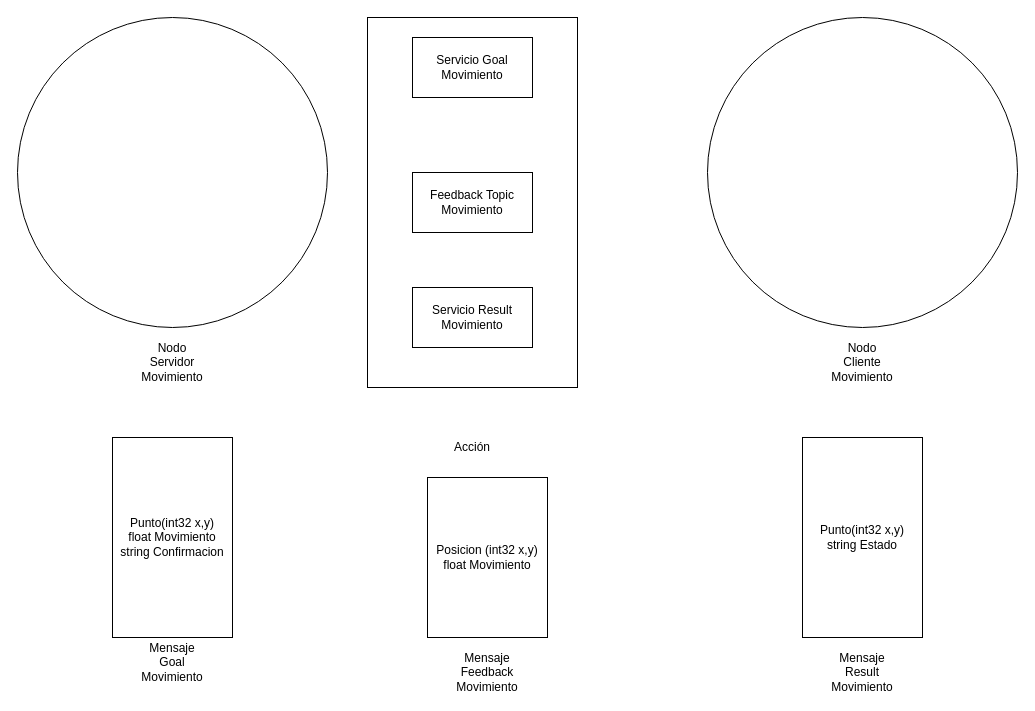
Above: src/gymbrot/gymbrot/Sprint_1_movement.drawio in Heur-a/gymbrot (draw.io), before the change. Source tidied: cells renumbered, new cells numbered last; positions are measured from the earlier drawing's top-left corner, leaving out a move shared by most shapes. Both pictures are drawn from the tidied source at 100%, with x=0, y=0 at pixel (17, 17).
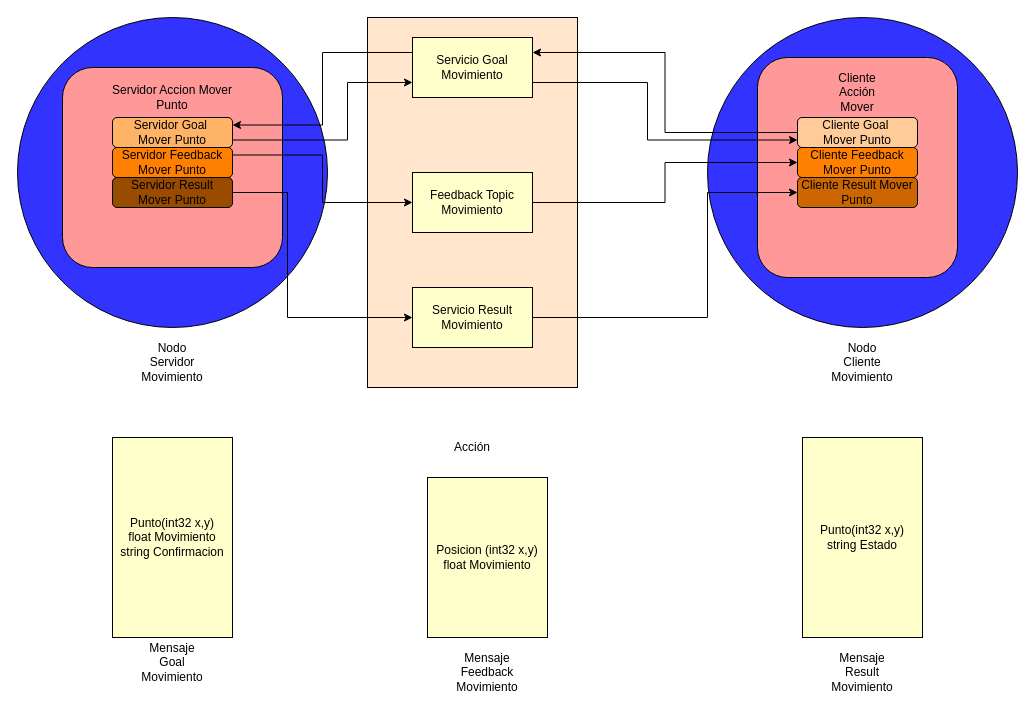
The same page after the edit.

Change to the diagram source:
```diff
@@
-    <mxCell id="2" style="ellipse;whiteSpace=wrap;html=1;" parent="1" vertex="1">
+    <mxCell id="2" style="ellipse;whiteSpace=wrap;html=1;fillColor=#3333FF;" parent="1" vertex="1">
       <mxGeometry width="310" height="310" as="geometry" />
     </mxCell>
-    <mxCell id="3" style="ellipse;whiteSpace=wrap;html=1;" parent="1" vertex="1">
+    <mxCell id="3" style="ellipse;whiteSpace=wrap;html=1;fillColor=#3333FF;" parent="1" vertex="1">
       <mxGeometry x="690" width="310" height="310" as="geometry" />
     </mxCell>
@@
-    <mxCell id="6" style="rounded=0;whiteSpace=wrap;html=1;" parent="1" vertex="1">
+    <mxCell id="6" style="rounded=0;whiteSpace=wrap;html=1;fillColor=#FFE6CC;" parent="1" vertex="1">
       <mxGeometry x="350" width="210" height="370" as="geometry" />
     </mxCell>
@@
-    <mxCell id="8" value="Servicio Goal Movimiento" style="rounded=0;whiteSpace=wrap;html=1;" parent="1" vertex="1">
+    <mxCell id="8" value="Servicio Goal Movimiento" style="rounded=0;whiteSpace=wrap;html=1;fillColor=#FFFFCC;" parent="1" vertex="1">
       <mxGeometry x="395" y="20" width="120" height="60" as="geometry" />
     </mxCell>
-    <mxCell id="9" value="Feedback Topic Movimiento" style="rounded=0;whiteSpace=wrap;html=1;" parent="1" vertex="1">
+    <mxCell id="9" value="Feedback Topic Movimiento" style="rounded=0;whiteSpace=wrap;html=1;fillColor=#FFFFCC;" parent="1" vertex="1">
       <mxGeometry x="395" y="155" width="120" height="60" as="geometry" />
     </mxCell>
-    <mxCell id="10" value="Servicio Result Movimiento" style="rounded=0;whiteSpace=wrap;html=1;" parent="1" vertex="1">
+    <mxCell id="10" value="Servicio Result Movimiento" style="rounded=0;whiteSpace=wrap;html=1;fillColor=#FFFFCC;" parent="1" vertex="1">
       <mxGeometry x="395" y="270" width="120" height="60" as="geometry" />
     </mxCell>
-    <mxCell id="11" value="&lt;div&gt;Punto(int32 x,y)&lt;/div&gt;&lt;div&gt;float Movimiento&lt;/div&gt;&lt;div&gt;string Confirmacion&lt;/div&gt;" style="rounded=0;whiteSpace=wrap;html=1;" parent="1" vertex="1">
+    <mxCell id="11" value="&lt;div&gt;Punto(int32 x,y)&lt;/div&gt;&lt;div&gt;float Movimiento&lt;/div&gt;&lt;div&gt;string Confirmacion&lt;/div&gt;" style="rounded=0;whiteSpace=wrap;html=1;fillColor=#FFFFCC;" parent="1" vertex="1">
       <mxGeometry x="95" y="420" width="120" height="200" as="geometry" />
     </mxCell>
-    <mxCell id="12" value="&lt;div&gt;Punto(int32 x,y)&lt;/div&gt;&lt;div&gt;string Estado&lt;/div&gt;" style="rounded=0;whiteSpace=wrap;html=1;" parent="1" vertex="1">
+    <mxCell id="12" value="&lt;div&gt;Punto(int32 x,y)&lt;/div&gt;&lt;div&gt;string Estado&lt;/div&gt;" style="rounded=0;whiteSpace=wrap;html=1;fillColor=#FFFFCC;" parent="1" vertex="1">
       <mxGeometry x="785" y="420" width="120" height="200" as="geometry" />
     </mxCell>
-    <mxCell id="13" value="&lt;div&gt;Posicion (int32 x,y)&lt;/div&gt;&lt;div&gt;float Movimiento&lt;/div&gt;" style="rounded=0;whiteSpace=wrap;html=1;" parent="1" vertex="1">
+    <mxCell id="13" value="&lt;div&gt;Posicion (int32 x,y)&lt;/div&gt;&lt;div&gt;float Movimiento&lt;/div&gt;" style="rounded=0;whiteSpace=wrap;html=1;fillColor=#FFFFCC;" parent="1" vertex="1">
       <mxGeometry x="410" y="460" width="120" height="160" as="geometry" />
     </mxCell>
@@
+    <mxCell id="17" style="rounded=1;whiteSpace=wrap;html=1;fillColor=#FF9999;" parent="1" vertex="1">
+      <mxGeometry x="45" y="50" width="220" height="200" as="geometry" />
+    </mxCell>
+    <mxCell id="18" value="Servidor Accion Mover Punto" style="text;html=1;align=center;verticalAlign=middle;whiteSpace=wrap;rounded=0;" parent="1" vertex="1">
+      <mxGeometry x="90" y="60" width="130" height="40" as="geometry" />
+    </mxCell>
+    <mxCell id="19" style="rounded=1;whiteSpace=wrap;html=1;fillColor=#FF9999;" parent="1" vertex="1">
+      <mxGeometry x="740" y="40" width="200" height="220" as="geometry" />
+    </mxCell>
+    <mxCell id="20" value="&lt;div&gt;Cliente Acción Mover&lt;/div&gt;" style="text;html=1;align=center;verticalAlign=middle;whiteSpace=wrap;rounded=0;" parent="1" vertex="1">
+      <mxGeometry x="810" y="60" width="60" height="30" as="geometry" />
+    </mxCell>
+    <mxCell id="21" style="edgeStyle=orthogonalEdgeStyle;rounded=0;jettySize=auto;html=1;exitX=1;exitY=0.75;exitDx=0;exitDy=0;entryX=0;entryY=0.75;entryDx=0;entryDy=0;" parent="1" edge="1" source="22" target="8">
+      <mxGeometry relative="1" as="geometry">
+        <Array as="points">
+          <mxPoint x="330" y="123" />
+          <mxPoint x="330" y="65" />
+        </Array>
+      </mxGeometry>
+    </mxCell>
+    <mxCell id="22" value="&lt;div&gt;Servidor Goal&amp;nbsp;&lt;/div&gt;&lt;div&gt;Mover Punto&lt;/div&gt;" style="rounded=1;whiteSpace=wrap;html=1;fillColor=#FFB366;" parent="1" vertex="1">
+      <mxGeometry x="95" y="100" width="120" height="30" as="geometry" />
+    </mxCell>
+    <mxCell id="23" style="edgeStyle=orthogonalEdgeStyle;rounded=0;jettySize=auto;html=1;exitX=1;exitY=0.25;exitDx=0;exitDy=0;" parent="1" edge="1" source="24" target="9">
+      <mxGeometry relative="1" as="geometry" />
+    </mxCell>
+    <mxCell id="24" value="Servidor Feedback Mover Punto" style="rounded=1;whiteSpace=wrap;html=1;fillColor=#FF8000;" parent="1" vertex="1">
+      <mxGeometry x="95" y="130" width="120" height="30" as="geometry" />
+    </mxCell>
+    <mxCell id="25" style="edgeStyle=orthogonalEdgeStyle;rounded=0;jettySize=auto;html=1;exitX=1;exitY=0.5;exitDx=0;exitDy=0;entryX=0;entryY=0.5;entryDx=0;entryDy=0;" parent="1" edge="1" source="26" target="10">
+      <mxGeometry relative="1" as="geometry">
+        <Array as="points">
+          <mxPoint x="270" y="175" />
+          <mxPoint x="270" y="300" />
+        </Array>
+      </mxGeometry>
+    </mxCell>
+    <mxCell id="26" value="Servidor Result Mover Punto" style="rounded=1;whiteSpace=wrap;html=1;fillColor=#994C00;" parent="1" vertex="1">
+      <mxGeometry x="95" y="160" width="120" height="30" as="geometry" />
+    </mxCell>
+    <mxCell id="27" style="edgeStyle=orthogonalEdgeStyle;rounded=0;jettySize=auto;html=1;entryX=1;entryY=0.25;entryDx=0;entryDy=0;" parent="1" edge="1" source="28" target="8">
+      <mxGeometry relative="1" as="geometry" />
+    </mxCell>
+    <mxCell id="28" value="&lt;div&gt;Cliente Goal&amp;nbsp;&lt;/div&gt;&lt;div&gt;Mover Punto&lt;/div&gt;" style="rounded=1;whiteSpace=wrap;html=1;fillColor=#FFCC99;" parent="1" vertex="1">
+      <mxGeometry x="780" y="100" width="120" height="30" as="geometry" />
+    </mxCell>
+    <mxCell id="29" value="Cliente Feedback Mover Punto" style="rounded=1;whiteSpace=wrap;html=1;fillColor=#FF8000;" parent="1" vertex="1">
+      <mxGeometry x="780" y="130" width="120" height="30" as="geometry" />
+    </mxCell>
+    <mxCell id="30" value="Cliente Result Mover Punto" style="rounded=1;whiteSpace=wrap;html=1;fillColor=#CC6600;" parent="1" vertex="1">
+      <mxGeometry x="780" y="160" width="120" height="30" as="geometry" />
+    </mxCell>
+    <mxCell id="31" style="edgeStyle=orthogonalEdgeStyle;rounded=0;jettySize=auto;html=1;entryX=0;entryY=0.5;entryDx=0;entryDy=0;" parent="1" edge="1" source="9" target="29">
+      <mxGeometry relative="1" as="geometry" />
+    </mxCell>
+    <mxCell id="32" style="edgeStyle=orthogonalEdgeStyle;rounded=0;jettySize=auto;html=1;exitX=1;exitY=0.75;exitDx=0;exitDy=0;entryX=0;entryY=0.75;entryDx=0;entryDy=0;" parent="1" edge="1" source="8" target="28">
+      <mxGeometry relative="1" as="geometry">
+        <Array as="points">
+          <mxPoint x="630" y="65" />
+          <mxPoint x="630" y="123" />
+        </Array>
+      </mxGeometry>
+    </mxCell>
+    <mxCell id="33" style="edgeStyle=orthogonalEdgeStyle;rounded=0;jettySize=auto;html=1;exitX=0;exitY=0.25;exitDx=0;exitDy=0;entryX=1;entryY=0.25;entryDx=0;entryDy=0;" parent="1" edge="1" source="8" target="22">
+      <mxGeometry relative="1" as="geometry">
+        <Array as="points">
+          <mxPoint x="305" y="35" />
+          <mxPoint x="305" y="108" />
+        </Array>
+      </mxGeometry>
+    </mxCell>
+    <mxCell id="34" style="edgeStyle=orthogonalEdgeStyle;rounded=0;jettySize=auto;html=1;exitX=1;exitY=0.5;exitDx=0;exitDy=0;entryX=0;entryY=0.5;entryDx=0;entryDy=0;" parent="1" edge="1" source="10" target="30">
+      <mxGeometry relative="1" as="geometry">
+        <Array as="points">
+          <mxPoint x="690" y="300" />
+          <mxPoint x="690" y="175" />
+        </Array>
+      </mxGeometry>
+    </mxCell>
```
